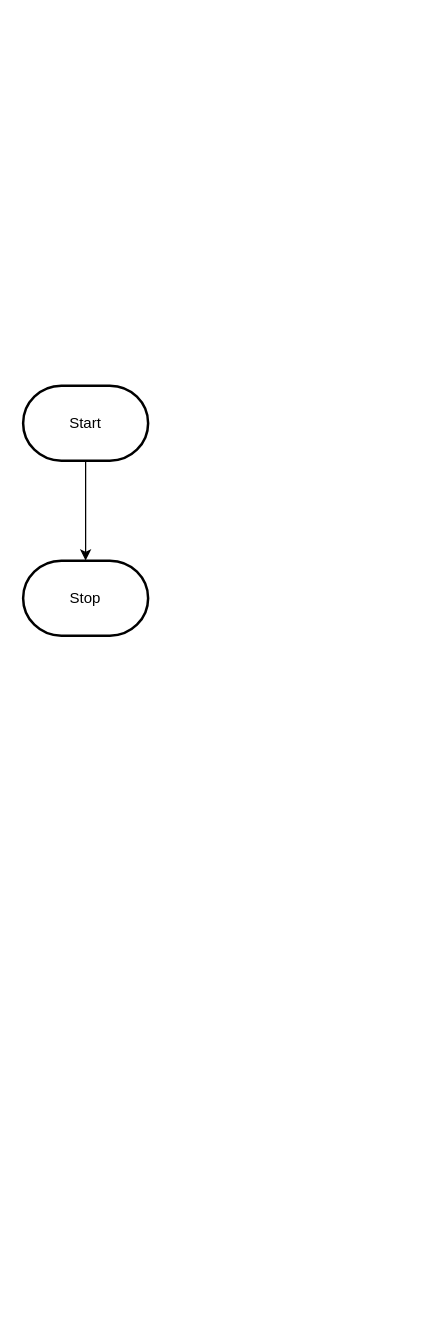
Earlier version of the draw.io diagram design/flowchart.drawio (MTHS-ICD2O-1-2024/ICD2O-Unit-5-08-peter-zerbinos). Source tidied: cells renumbered, new cells numbered last; positions are measured from the earlier drawing's top-left corner, leaving out a move shared by most shapes. Both pictures are drawn from the tidied source at 125%, with x=0, y=0 at pixel (22, 385).
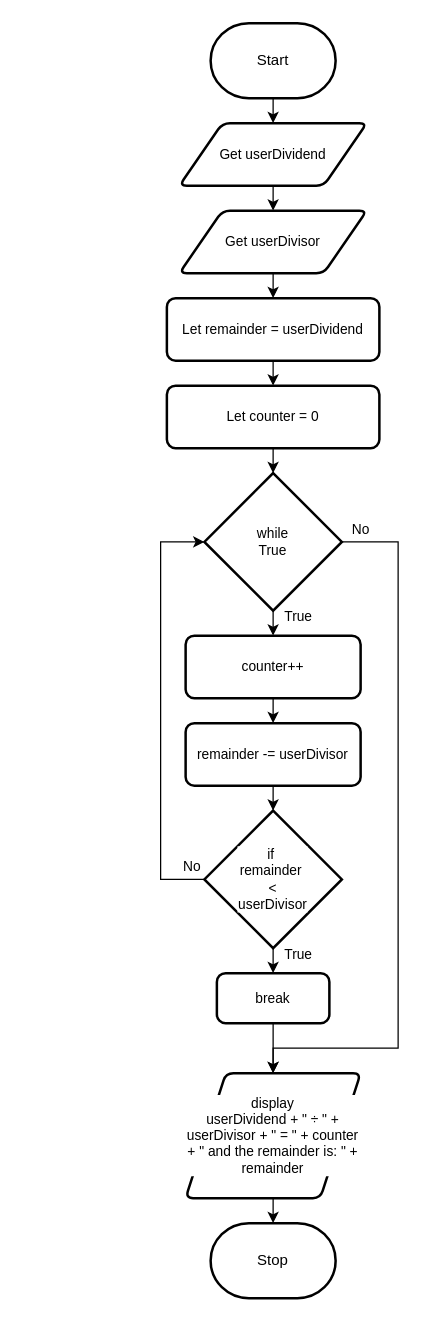
Above is the later version.

Commit message (it also covers changes not shown here):
flowchart and storyboard

What changed in the source:
```diff
@@
-    <mxCell id="2" style="edgeStyle=orthogonalEdgeStyle;html=1;rounded=0;" parent="1" edge="1" source="3" target="4">
-      <mxGeometry relative="1" as="geometry" />
-    </mxCell>
+    <mxCell id="5" style="edgeStyle=orthogonalEdgeStyle;shape=connector;rounded=0;html=1;exitX=0.5;exitY=1;exitDx=0;exitDy=0;exitPerimeter=0;entryX=0.5;entryY=0;entryDx=0;entryDy=0;strokeColor=default;align=center;verticalAlign=middle;fontFamily=Helvetica;fontSize=11;fontColor=default;labelBackgroundColor=default;endArrow=classic;" parent="1" edge="1" source="3" target="7">
+      <mxGeometry relative="1" as="geometry" />
+    </mxCell>
     <mxCell id="3" value="Start" style="strokeWidth=2;html=1;shape=mxgraph.flowchart.terminator;whiteSpace=wrap;" parent="1" vertex="1">
-      <mxGeometry width="100" height="60" as="geometry" />
+      <mxGeometry x="150" y="-290" width="100" height="60" as="geometry" />
     </mxCell>
+    <mxCell id="6" style="edgeStyle=orthogonalEdgeStyle;shape=connector;rounded=0;html=1;exitX=0.5;exitY=1;exitDx=0;exitDy=0;entryX=0.5;entryY=0;entryDx=0;entryDy=0;strokeColor=default;align=center;verticalAlign=middle;fontFamily=Helvetica;fontSize=11;fontColor=default;labelBackgroundColor=default;endArrow=classic;" parent="1" edge="1" source="7" target="9">
+      <mxGeometry relative="1" as="geometry" />
+    </mxCell>
+    <mxCell id="7" value="Get userDividend" style="shape=parallelogram;html=1;strokeWidth=2;perimeter=parallelogramPerimeter;whiteSpace=wrap;rounded=1;arcSize=12;size=0.23;fontFamily=Helvetica;fontSize=11;fontColor=default;labelBackgroundColor=default;" parent="1" vertex="1">
+      <mxGeometry x="125" y="-210" width="150" height="50" as="geometry" />
+    </mxCell>
+    <mxCell id="8" style="edgeStyle=orthogonalEdgeStyle;shape=connector;rounded=0;html=1;exitX=0.5;exitY=1;exitDx=0;exitDy=0;entryX=0.5;entryY=0;entryDx=0;entryDy=0;strokeColor=default;align=center;verticalAlign=middle;fontFamily=Helvetica;fontSize=11;fontColor=default;labelBackgroundColor=default;endArrow=classic;" parent="1" edge="1" source="9" target="29">
+      <mxGeometry relative="1" as="geometry" />
+    </mxCell>
+    <mxCell id="9" value="Get userDivisor" style="shape=parallelogram;html=1;strokeWidth=2;perimeter=parallelogramPerimeter;whiteSpace=wrap;rounded=1;arcSize=12;size=0.23;fontFamily=Helvetica;fontSize=11;fontColor=default;labelBackgroundColor=default;" parent="1" vertex="1">
+      <mxGeometry x="125" y="-140" width="150" height="50" as="geometry" />
+    </mxCell>
+    <mxCell id="10" style="edgeStyle=orthogonalEdgeStyle;shape=connector;rounded=0;html=1;exitX=0.5;exitY=1;exitDx=0;exitDy=0;exitPerimeter=0;entryX=0.5;entryY=0;entryDx=0;entryDy=0;strokeColor=default;align=center;verticalAlign=middle;fontFamily=Helvetica;fontSize=11;fontColor=default;labelBackgroundColor=default;endArrow=classic;" parent="1" edge="1" source="11" target="24">
+      <mxGeometry relative="1" as="geometry" />
+    </mxCell>
+    <mxCell id="11" value="while&lt;div&gt;True&lt;/div&gt;" style="strokeWidth=2;html=1;shape=mxgraph.flowchart.decision;whiteSpace=wrap;fontFamily=Helvetica;fontSize=11;fontColor=default;labelBackgroundColor=default;" parent="1" vertex="1">
+      <mxGeometry x="145" y="70" width="110" height="110" as="geometry" />
+    </mxCell>
+    <mxCell id="12" style="edgeStyle=orthogonalEdgeStyle;shape=connector;rounded=0;html=1;exitX=0.5;exitY=1;exitDx=0;exitDy=0;exitPerimeter=0;entryX=0.5;entryY=0;entryDx=0;entryDy=0;strokeColor=default;align=center;verticalAlign=middle;fontFamily=Helvetica;fontSize=11;fontColor=default;labelBackgroundColor=default;endArrow=classic;" parent="1" edge="1" source="13" target="16">
+      <mxGeometry relative="1" as="geometry" />
+    </mxCell>
+    <mxCell id="13" value="if&amp;nbsp;&lt;div&gt;remainder&amp;nbsp;&lt;/div&gt;&lt;div&gt;&amp;lt;&lt;/div&gt;&lt;div&gt;userDivisor&lt;/div&gt;" style="strokeWidth=2;html=1;shape=mxgraph.flowchart.decision;whiteSpace=wrap;fontFamily=Helvetica;fontSize=11;fontColor=default;labelBackgroundColor=default;" parent="1" vertex="1">
+      <mxGeometry x="145" y="340" width="110" height="110" as="geometry" />
+    </mxCell>
+    <mxCell id="14" style="edgeStyle=orthogonalEdgeStyle;shape=connector;rounded=0;html=1;exitX=0;exitY=0.5;exitDx=0;exitDy=0;exitPerimeter=0;entryX=0;entryY=0.5;entryDx=0;entryDy=0;entryPerimeter=0;strokeColor=default;align=center;verticalAlign=middle;fontFamily=Helvetica;fontSize=11;fontColor=default;labelBackgroundColor=default;endArrow=classic;" parent="1" edge="1" source="13" target="11">
+      <mxGeometry relative="1" as="geometry">
+        <Array as="points">
+          <mxPoint x="110" y="395" />
+          <mxPoint x="110" y="125" />
+        </Array>
+      </mxGeometry>
+    </mxCell>
+    <mxCell id="15" value="No" style="text;html=1;align=center;verticalAlign=middle;strokeColor=none;fillColor=none;fontFamily=Helvetica;fontSize=11;fontColor=default;labelBackgroundColor=default;" parent="1" vertex="1">
+      <mxGeometry x="115" y="370" width="40" height="30" as="geometry" />
+    </mxCell>
+    <mxCell id="16" value="break" style="rounded=1;whiteSpace=wrap;html=1;absoluteArcSize=1;arcSize=14;strokeWidth=2;fontFamily=Helvetica;fontSize=11;fontColor=default;labelBackgroundColor=default;" parent="1" vertex="1">
+      <mxGeometry x="155" y="470" width="90" height="40" as="geometry" />
+    </mxCell>
+    <mxCell id="17" style="edgeStyle=orthogonalEdgeStyle;shape=connector;rounded=0;html=1;exitX=0.5;exitY=1;exitDx=0;exitDy=0;entryX=0.5;entryY=0;entryDx=0;entryDy=0;strokeColor=default;align=center;verticalAlign=middle;fontFamily=Helvetica;fontSize=11;fontColor=default;labelBackgroundColor=default;endArrow=classic;" parent="1" edge="1" source="16" target="22">
+      <mxGeometry relative="1" as="geometry" />
+    </mxCell>
+    <mxCell id="18" value="True" style="text;html=1;align=center;verticalAlign=middle;strokeColor=none;fillColor=none;fontFamily=Helvetica;fontSize=11;fontColor=default;labelBackgroundColor=default;" parent="1" vertex="1">
+      <mxGeometry x="195" y="440" width="50" height="30" as="geometry" />
+    </mxCell>
+    <mxCell id="19" style="edgeStyle=orthogonalEdgeStyle;shape=connector;rounded=0;html=1;exitX=1;exitY=0.5;exitDx=0;exitDy=0;exitPerimeter=0;entryX=0.5;entryY=0;entryDx=0;entryDy=0;strokeColor=default;align=center;verticalAlign=middle;fontFamily=Helvetica;fontSize=11;fontColor=default;labelBackgroundColor=default;endArrow=classic;" parent="1" edge="1" source="11" target="22">
+      <mxGeometry relative="1" as="geometry">
+        <Array as="points">
+          <mxPoint x="300" y="125" />
+          <mxPoint x="300" y="530" />
+          <mxPoint x="200" y="530" />
+        </Array>
+      </mxGeometry>
+    </mxCell>
+    <mxCell id="20" value="No" style="text;html=1;align=center;verticalAlign=middle;strokeColor=none;fillColor=none;fontFamily=Helvetica;fontSize=11;fontColor=default;labelBackgroundColor=default;" parent="1" vertex="1">
+      <mxGeometry x="250" y="100" width="40" height="30" as="geometry" />
+    </mxCell>
+    <mxCell id="21" value="True" style="text;html=1;align=center;verticalAlign=middle;strokeColor=none;fillColor=none;fontFamily=Helvetica;fontSize=11;fontColor=default;labelBackgroundColor=default;" parent="1" vertex="1">
+      <mxGeometry x="195" y="170" width="50" height="30" as="geometry" />
+    </mxCell>
+    <mxCell id="22" value="display&lt;div&gt;userDividend + &quot; ÷ &quot; + userDivisor + &quot; = &quot; + counter + &quot; and the remainder is: &quot; + remainder&lt;/div&gt;" style="shape=parallelogram;html=1;strokeWidth=2;perimeter=parallelogramPerimeter;whiteSpace=wrap;rounded=1;arcSize=12;size=0.23;fontFamily=Helvetica;fontSize=11;fontColor=default;labelBackgroundColor=default;" parent="1" vertex="1">
+      <mxGeometry x="130" y="550" width="140" height="100" as="geometry" />
+    </mxCell>
+    <mxCell id="23" style="edgeStyle=orthogonalEdgeStyle;shape=connector;rounded=0;html=1;exitX=0.5;exitY=1;exitDx=0;exitDy=0;entryX=0.5;entryY=0;entryDx=0;entryDy=0;strokeColor=default;align=center;verticalAlign=middle;fontFamily=Helvetica;fontSize=11;fontColor=default;labelBackgroundColor=default;endArrow=classic;" parent="1" edge="1" source="24" target="26">
+      <mxGeometry relative="1" as="geometry" />
+    </mxCell>
+    <mxCell id="24" value="counter++" style="rounded=1;whiteSpace=wrap;html=1;absoluteArcSize=1;arcSize=14;strokeWidth=2;fontFamily=Helvetica;fontSize=11;fontColor=default;labelBackgroundColor=default;" parent="1" vertex="1">
+      <mxGeometry x="130" y="200" width="140" height="50" as="geometry" />
+    </mxCell>
     <mxCell id="4" value="Stop" style="strokeWidth=2;html=1;shape=mxgraph.flowchart.terminator;whiteSpace=wrap;" parent="1" vertex="1">
-      <mxGeometry y="140" width="100" height="60" as="geometry" />
+      <mxGeometry x="150" y="670" width="100" height="60" as="geometry" />
     </mxCell>
+    <mxCell id="25" style="edgeStyle=orthogonalEdgeStyle;shape=connector;rounded=0;html=1;exitX=0.5;exitY=1;exitDx=0;exitDy=0;entryX=0.5;entryY=0;entryDx=0;entryDy=0;entryPerimeter=0;strokeColor=default;align=center;verticalAlign=middle;fontFamily=Helvetica;fontSize=11;fontColor=default;labelBackgroundColor=default;endArrow=classic;" parent="1" edge="1" source="22" target="4">
+      <mxGeometry relative="1" as="geometry" />
+    </mxCell>
+    <mxCell id="26" value="remainder -= userDivisor" style="rounded=1;whiteSpace=wrap;html=1;absoluteArcSize=1;arcSize=14;strokeWidth=2;fontFamily=Helvetica;fontSize=11;fontColor=default;labelBackgroundColor=default;" parent="1" vertex="1">
+      <mxGeometry x="130" y="270" width="140" height="50" as="geometry" />
+    </mxCell>
+    <mxCell id="27" style="edgeStyle=orthogonalEdgeStyle;shape=connector;rounded=0;html=1;exitX=0.5;exitY=1;exitDx=0;exitDy=0;entryX=0.5;entryY=0;entryDx=0;entryDy=0;entryPerimeter=0;strokeColor=default;align=center;verticalAlign=middle;fontFamily=Helvetica;fontSize=11;fontColor=default;labelBackgroundColor=default;endArrow=classic;" parent="1" edge="1" source="26" target="13">
+      <mxGeometry relative="1" as="geometry" />
+    </mxCell>
+    <mxCell id="28" style="edgeStyle=none;html=1;exitX=0.5;exitY=1;exitDx=0;exitDy=0;entryX=0.5;entryY=0;entryDx=0;entryDy=0;" parent="1" edge="1" source="29" target="30">
+      <mxGeometry relative="1" as="geometry" />
+    </mxCell>
+    <mxCell id="29" value="Let remainder = userDividend" style="rounded=1;whiteSpace=wrap;html=1;absoluteArcSize=1;arcSize=14;strokeWidth=2;fontFamily=Helvetica;fontSize=11;fontColor=default;labelBackgroundColor=default;" parent="1" vertex="1">
+      <mxGeometry x="115" y="-70" width="170" height="50" as="geometry" />
+    </mxCell>
+    <mxCell id="30" value="Let counter = 0" style="rounded=1;whiteSpace=wrap;html=1;absoluteArcSize=1;arcSize=14;strokeWidth=2;fontFamily=Helvetica;fontSize=11;fontColor=default;labelBackgroundColor=default;" parent="1" vertex="1">
+      <mxGeometry x="115" width="170" height="50" as="geometry" />
+    </mxCell>
+    <mxCell id="31" style="edgeStyle=none;html=1;exitX=0.5;exitY=1;exitDx=0;exitDy=0;entryX=0.5;entryY=0;entryDx=0;entryDy=0;entryPerimeter=0;" parent="1" edge="1" source="30" target="11">
+      <mxGeometry relative="1" as="geometry" />
+    </mxCell>
```
